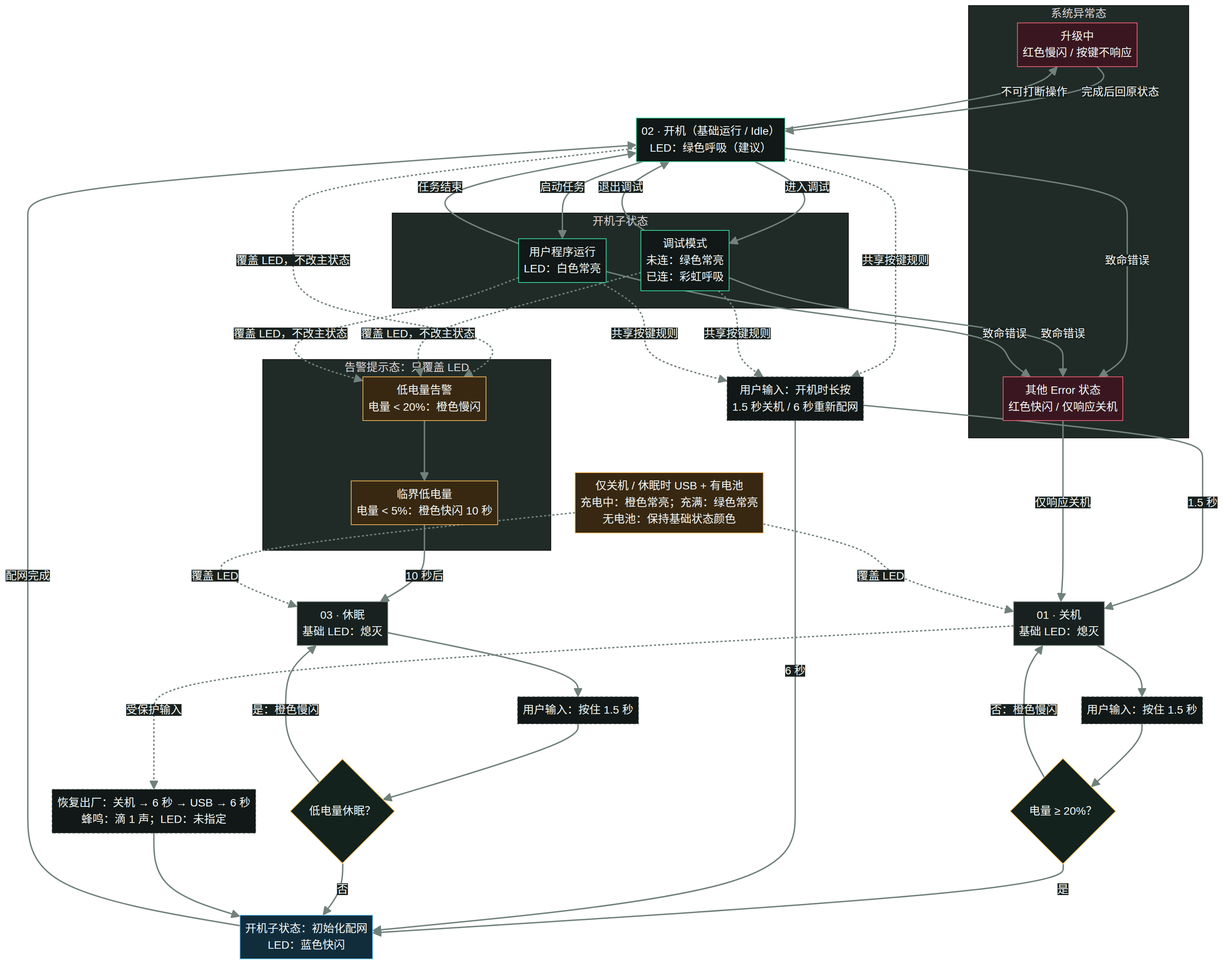
Earlier version of the Mermaid export docs/public/led-strategy-flow.png (ialexpeng/esp-claw). Its source is kept beside it as docs/public/led-strategy-flow.mmd.
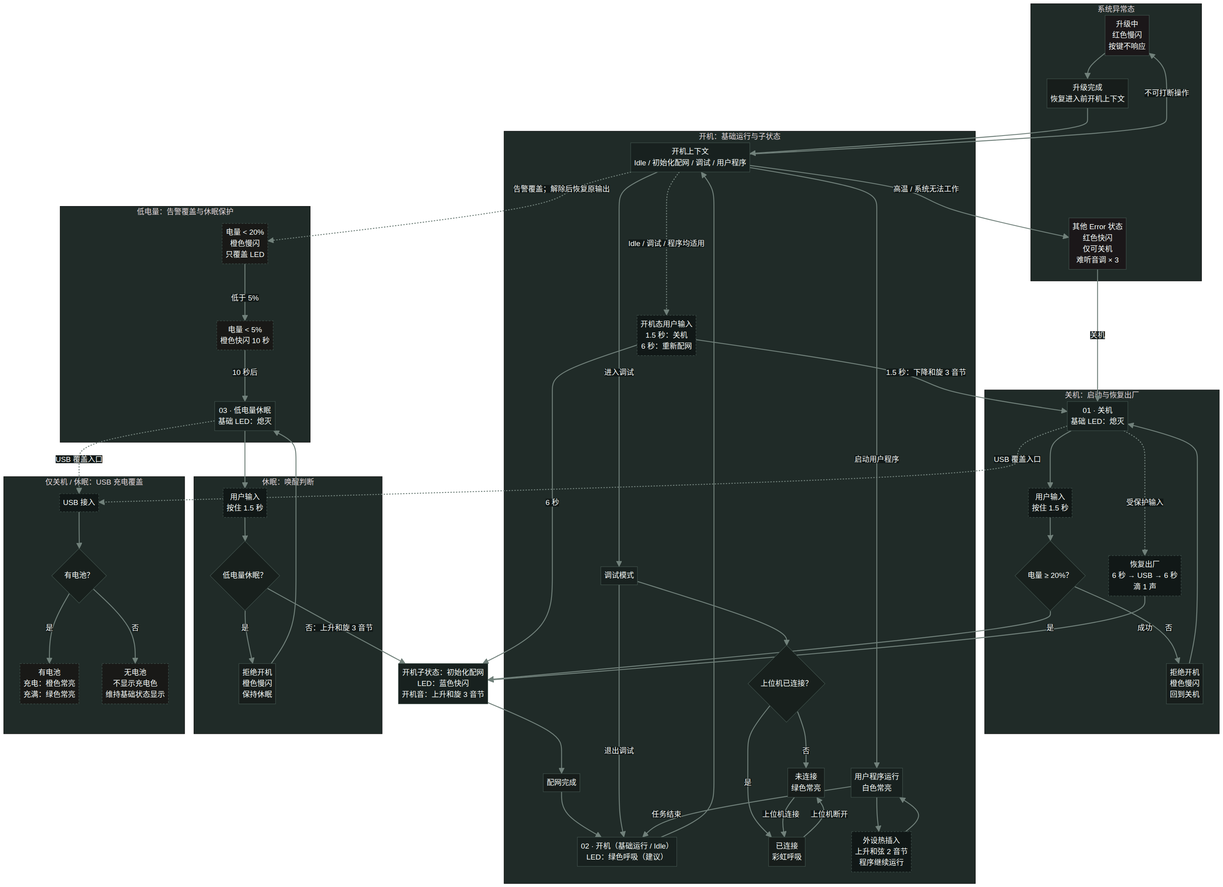
The same diagram one commit later.

Commit message:
docs: audit LED policy flow and neutralize selection

The edit, as a diff of the source:
```diff
@@ -1,70 +1,93 @@
-%%{init: {"theme":"base","themeVariables":{"background":"#0A0F0E","primaryColor":"#111817","primaryTextColor":"#F1F6F3","primaryBorderColor":"#41534D","lineColor":"#71817B","secondaryColor":"#18211F","tertiaryColor":"#202B28","fontFamily":"Inter, PingFang SC, Microsoft YaHei, sans-serif"}}}%%
+%%{init: {"theme":"base","themeVariables":{"background":"#0A0F0E","primaryColor":"#18211F","primaryTextColor":"#F1F6F3","primaryBorderColor":"#41534D","lineColor":"#71817B","secondaryColor":"#111817","tertiaryColor":"#202B28","fontFamily":"Inter, PingFang SC, Microsoft YaHei, sans-serif"}}}%%
 flowchart TB
-  classDef state fill:#18211F,stroke:#78857F,color:#F1F6F3,stroke-width:1px
-  classDef on fill:#111817,stroke:#3DE7A6,color:#F1F6F3,stroke-width:1px
-  classDef input fill:#111817,stroke:#41534D,color:#F1F6F3,stroke-width:1px,stroke-dasharray: 4 3
-  classDef decision fill:#14221D,stroke:#FFBD59,color:#F1F6F3,stroke-width:1px
-  classDef info fill:#112D3C,stroke:#66C7FF,color:#F1F6F3,stroke-width:1px
-  classDef warning fill:#382812,stroke:#FFBD59,color:#F1F6F3,stroke-width:1px
-  classDef danger fill:#3A1720,stroke:#FF6578,color:#F1F6F3,stroke-width:1px
+  classDef state fill:#18211F,stroke:#41534D,color:#F1F6F3,stroke-width:1px
+  classDef input fill:#111817,stroke:#41534D,color:#F1F6F3,stroke-width:1px,stroke-dasharray:4 3
+  classDef decision fill:#18201D,stroke:#41534D,color:#F1F6F3,stroke-width:1px
+  classDef output fill:#171D1B,stroke:#41534D,color:#F1F6F3,stroke-width:1px
+  classDef overlay fill:#191917,stroke:#41534D,color:#F1F6F3,stroke-width:1px,stroke-dasharray:4 3
+  classDef exception fill:#1B1719,stroke:#41534D,color:#F1F6F3,stroke-width:1px
 
-  OFF["01 · 关机<br/>基础 LED：熄灭"]:::state
-  OFFKEY["用户输入：按住 1.5 秒"]:::input
-  OFFDEC{"电量 ≥ 20%？"}:::decision
-  PAIR["开机子状态：初始化配网<br/>LED：蓝色快闪"]:::info
-  ON["02 · 开机（基础运行 / Idle）<br/>LED：绿色呼吸（建议）"]:::on
+  subgraph BOOT[关机：启动与恢复出厂]
+    direction LR
+    OFF["01 · 关机<br/>基础 LED：熄灭"]:::state
+    OFF_KEY["用户输入<br/>按住 1.5 秒"]:::input
+    OFF_BAT{"电量 ≥ 20%？"}:::decision
+    OFF_BLOCK["拒绝开机<br/>橙色慢闪<br/>回到关机"]:::output
+    RESET["恢复出厂<br/>6 秒 → USB → 6 秒<br/>滴 1 声"]:::input
+    OFF --> OFF_KEY --> OFF_BAT
+    OFF_BAT -->|"否"| OFF_BLOCK --> OFF
+    OFF -. "受保护输入" .-> RESET
+  end
 
-  OFF --> OFFKEY --> OFFDEC
-  OFFDEC -->|"是"| PAIR -->|"配网完成"| ON
-  OFFDEC -->|"否：橙色慢闪"| OFF
+  PAIR["开机子状态：初始化配网<br/>LED：蓝色快闪<br/>开机音：上升和旋 3 音节"]:::state
+  OFF_BAT -->|"是"| PAIR
+  RESET -->|"成功"| PAIR
 
-  subgraph ON_CHILDREN[开机子状态]
+  subgraph RUNTIME[开机：基础运行与子状态]
+    direction TB
+    ON["02 · 开机（基础运行 / Idle）<br/>LED：绿色呼吸（建议）"]:::state
+    ACTIVE["开机上下文<br/>Idle / 初始化配网 / 调试 / 用户程序"]:::state
+    PAIR_DONE["配网完成"]:::output
+    DEBUG["调试模式"]:::state
+    HOST{"上位机已连接？"}:::decision
+    DEBUG_OFF["未连接<br/>绿色常亮"]:::output
+    DEBUG_ON["已连接<br/>彩虹呼吸"]:::output
+    PROGRAM["用户程序运行<br/>白色常亮"]:::state
+    HOTPLUG["外设热插入<br/>上升和弦 2 音节<br/>程序继续运行"]:::input
+    ON_KEY["开机态用户输入<br/>1.5 秒：关机<br/>6 秒：重新配网"]:::input
+  end
+
+  PAIR --> PAIR_DONE --> ON --> ACTIVE
+  ACTIVE -->|"进入调试"| DEBUG --> HOST
+  HOST -->|"否"| DEBUG_OFF
+  HOST -->|"是"| DEBUG_ON
+  DEBUG_OFF -->|"上位机连接"| DEBUG_ON
+  DEBUG_ON -->|"上位机断开"| DEBUG_OFF
+  DEBUG -->|"退出调试"| ON
+  ACTIVE -->|"启动用户程序"| PROGRAM
+  PROGRAM -->|"任务结束"| ON
+  PROGRAM --> HOTPLUG --> PROGRAM
+  ACTIVE -. "Idle / 调试 / 程序均适用" .-> ON_KEY
+  ON_KEY -->|"1.5 秒：下降和旋 3 音节"| OFF
+  ON_KEY -->|"6 秒"| PAIR
+
+  subgraph LOWPOWER[低电量：告警覆盖与休眠保护]
     direction LR
-    DEBUG["调试模式<br/>未连：绿色常亮<br/>已连：彩虹呼吸"]:::on
-    PROGRAM["用户程序运行<br/>LED：白色常亮"]:::on
+    LOW20["电量 < 20%<br/>橙色慢闪<br/>只覆盖 LED"]:::overlay
+    LOW5["电量 < 5%<br/>橙色快闪 10 秒"]:::overlay
+    SLEEP["03 · 低电量休眠<br/>基础 LED：熄灭"]:::state
   end
-  ON -->|"进入调试"| DEBUG
-  ON -->|"启动任务"| PROGRAM
-  DEBUG -->|"退出调试"| ON
-  PROGRAM -->|"任务结束"| ON
+  ACTIVE -. "告警覆盖；解除后恢复原输出" .-> LOW20
+  LOW20 -->|"低于 5%"| LOW5 -->|"10 秒后"| SLEEP
 
-  ONKEY["用户输入：开机时长按<br/>1.5 秒关机 / 6 秒重新配网"]:::input
-  ON -. "共享按键规则" .-> ONKEY
-  DEBUG -. "共享按键规则" .-> ONKEY
-  PROGRAM -. "共享按键规则" .-> ONKEY
-  ONKEY -->|"1.5 秒"| OFF
-  ONKEY -->|"6 秒"| PAIR
-
-  subgraph ALERT[告警提示态：只覆盖 LED]
+  subgraph SLEEP_PATH[休眠：唤醒判断]
     direction LR
-    LOW20["低电量告警<br/>电量 < 20%：橙色慢闪"]:::warning
-    LOW5["临界低电量<br/>电量 < 5%：橙色快闪 10 秒"]:::warning
+    SLEEP_KEY["用户输入<br/>按住 1.5 秒"]:::input
+    SLEEP_BAT{"低电量休眠？"}:::decision
+    SLEEP_BLOCK["拒绝开机<br/>橙色慢闪<br/>保持休眠"]:::output
   end
-  ON -. "覆盖 LED，不改主状态" .-> LOW20
-  DEBUG -. "覆盖 LED，不改主状态" .-> LOW20
-  PROGRAM -. "覆盖 LED，不改主状态" .-> LOW20
-  LOW20 --> LOW5
-
-  SLEEP["03 · 休眠<br/>基础 LED：熄灭"]:::state
-  LOW5 -->|"10 秒后"| SLEEP
-  SLEEPKEY["用户输入：按住 1.5 秒"]:::input
-  SLEEPDEC{"低电量休眠？"}:::decision
-  SLEEP --> SLEEPKEY --> SLEEPDEC
-  SLEEPDEC -->|"否"| PAIR
-  SLEEPDEC -->|"是：橙色慢闪"| SLEEP
+  SLEEP --> SLEEP_KEY --> SLEEP_BAT
+  SLEEP_BAT -->|"否：上升和旋 3 音节"| PAIR
+  SLEEP_BAT -->|"是"| SLEEP_BLOCK --> SLEEP
 
   subgraph EXCEPTION[系统异常态]
     direction LR
-    UPGRADE["升级中<br/>红色慢闪 / 按键不响应"]:::danger
-    ERROR["其他 Error 状态<br/>红色快闪 / 仅响应关机"]:::danger
+    UPGRADE["升级中<br/>红色慢闪<br/>按键不响应"]:::exception
+    RESUME["升级完成<br/>恢复进入前开机上下文"]:::output
+    ERROR["其他 Error 状态<br/>红色快闪<br/>仅可关机<br/>难听音调 × 3"]:::exception
   end
-  ON -->|"不可打断操作"| UPGRADE -->|"完成后回原状态"| ON
-  ON -->|"致命错误"| ERROR -->|"仅响应关机"| OFF
-  DEBUG -->|"致命错误"| ERROR
-  PROGRAM -->|"致命错误"| ERROR
+  ACTIVE -->|"不可打断操作"| UPGRADE --> RESUME --> ACTIVE
+  ACTIVE -->|"高温 / 系统无法工作"| ERROR -->|"关机"| OFF
 
-  RESET["恢复出厂：关机 → 6 秒 → USB → 6 秒<br/>蜂鸣：滴 1 声；LED：未指定"]:::input
-  OFF -. "受保护输入" .-> RESET --> PAIR
-  CHARGE["仅关机 / 休眠时 USB + 有电池<br/>充电中：橙色常亮；充满：绿色常亮<br/>无电池：保持基础状态颜色"]:::warning
-  CHARGE -. "覆盖 LED" .-> OFF
-  CHARGE -. "覆盖 LED" .-> SLEEP
+  subgraph CHARGING[仅关机 / 休眠：USB 充电覆盖]
+    direction LR
+    USB["USB 接入"]:::input
+    HAS_BAT{"有电池？"}:::decision
+    CHARGE["有电池<br/>充电：橙色常亮<br/>充满：绿色常亮"]:::overlay
+    NO_BAT["无电池<br/>不显示充电色<br/>维持基础状态显示"]:::overlay
+  end
+  OFF -. "USB 覆盖入口" .-> USB
+  SLEEP -. "USB 覆盖入口" .-> USB
+  USB --> HAS_BAT
+  HAS_BAT -->|"是"| CHARGE
+  HAS_BAT -->|"否"| NO_BAT
```
